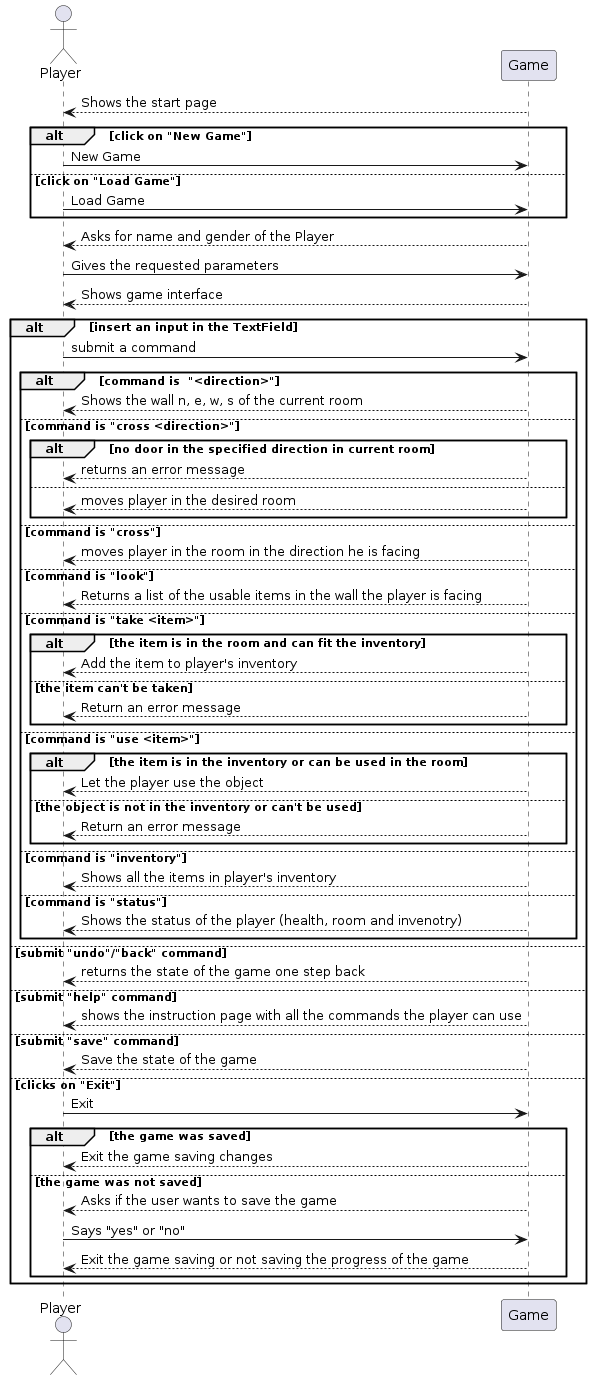
The PlantUML diagram docs/uml/SystemSequenceDiagram.png in nardib/TextAdventure, before a commit.
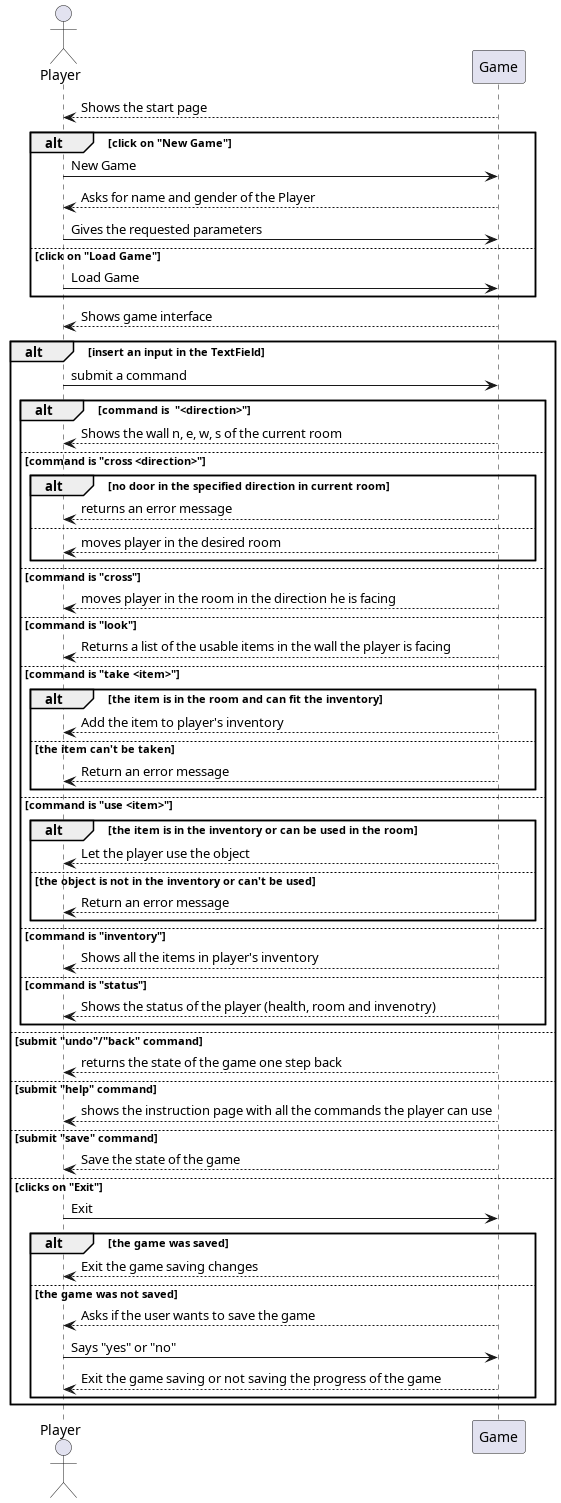
After the commit.

The edit, as a diff of the source:
```diff
@@ -1,4 +1,5 @@
-@startuml
+@startuml SystemSequenceDiagram
+
 actor Player
 participant Game
 
@@ -6,12 +7,12 @@
 
 alt click on "New Game"
     Player -> Game : New Game
+    Game --> Player : Asks for name and gender of the Player
+    Player -> Game : Gives the requested parameters
 else click on "Load Game"
     Player -> Game : Load Game
 end
 
-Game --> Player : Asks for name and gender of the Player
-Player -> Game : Gives the requested parameters
 Game --> Player : Shows game interface
 
 alt insert an input in the TextField
@@ -61,4 +62,5 @@
             Game --> Player : Exit the game saving or not saving the progress of the game
         end
 end
+
 @enduml
```
